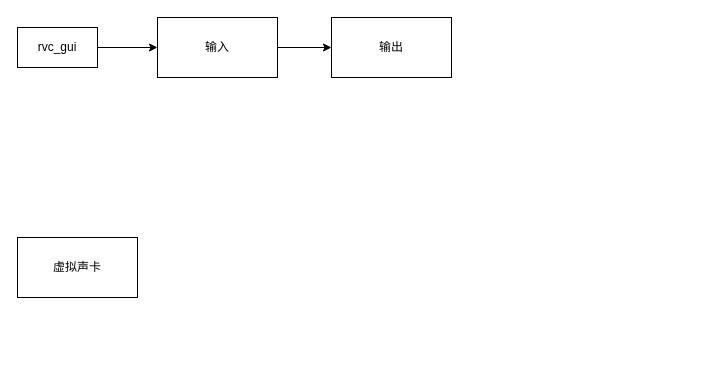
Before: 未命名绘图.drawio in lanendiencgr2002/typora-assistant, a draw.io diagram. Source tidied: cells renumbered, new cells numbered last; positions are measured from the earlier drawing's top-left corner, leaving out a move shared by most shapes. Both pictures are drawn from the tidied source at 100%, with x=0, y=0 at pixel (17, 17).
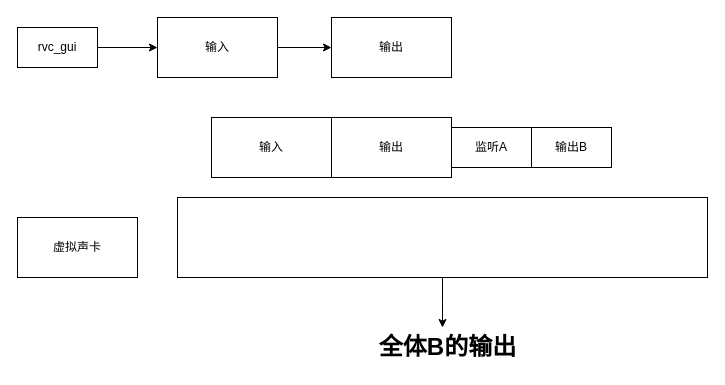
Above is the later version.

Commit message (it also covers changes not shown here):
更新未命名绘图.drawio

What changed in the source:
```diff
@@
 <mxGraphModel>
   <root>
     <mxCell id="0" />
     <mxCell id="1" parent="0" />
     <mxCell id="2" style="edgeStyle=orthogonalEdgeStyle;rounded=0;jettySize=auto;html=1;exitX=1;exitY=0.5;exitDx=0;exitDy=0;" parent="1" edge="1" source="3" target="5">
       <mxGeometry relative="1" as="geometry" />
     </mxCell>
     <mxCell id="3" value="rvc_gui" style="rounded=0;whiteSpace=wrap;html=1;" parent="1" vertex="1">
       <mxGeometry y="10" width="80" height="40" as="geometry" />
     </mxCell>
     <mxCell id="4" style="edgeStyle=orthogonalEdgeStyle;rounded=0;jettySize=auto;html=1;exitX=1;exitY=0.5;exitDx=0;exitDy=0;entryX=0;entryY=0.5;entryDx=0;entryDy=0;" parent="1" edge="1" source="5" target="6">
       <mxGeometry relative="1" as="geometry" />
     </mxCell>
     <mxCell id="5" value="输入" style="rounded=0;whiteSpace=wrap;html=1;" parent="1" vertex="1">
       <mxGeometry x="140" width="120" height="60" as="geometry" />
     </mxCell>
     <mxCell id="6" value="输出" style="rounded=0;whiteSpace=wrap;html=1;" parent="1" vertex="1">
       <mxGeometry x="314" width="120" height="60" as="geometry" />
     </mxCell>
     <mxCell id="7" value="虚拟声卡" style="rounded=0;whiteSpace=wrap;html=1;" parent="1" vertex="1">
-      <mxGeometry y="220" width="120" height="60" as="geometry" />
+      <mxGeometry y="200" width="120" height="60" as="geometry" />
     </mxCell>
+    <mxCell id="8" value="输入" style="rounded=0;whiteSpace=wrap;html=1;" parent="1" vertex="1">
+      <mxGeometry x="194" y="100" width="120" height="60" as="geometry" />
+    </mxCell>
+    <mxCell id="9" value="输出" style="rounded=0;whiteSpace=wrap;html=1;" parent="1" vertex="1">
+      <mxGeometry x="314" y="100" width="120" height="60" as="geometry" />
+    </mxCell>
+    <mxCell id="10" value="监听A" style="rounded=0;whiteSpace=wrap;html=1;" parent="1" vertex="1">
+      <mxGeometry x="434" y="110" width="80" height="40" as="geometry" />
+    </mxCell>
+    <mxCell id="11" value="输出B" style="rounded=0;whiteSpace=wrap;html=1;" parent="1" vertex="1">
+      <mxGeometry x="514" y="110" width="80" height="40" as="geometry" />
+    </mxCell>
+    <mxCell id="12" style="edgeStyle=orthogonalEdgeStyle;rounded=0;jettySize=auto;html=1;" parent="1" edge="1" source="13">
+      <mxGeometry relative="1" as="geometry">
+        <mxPoint x="425" y="310" as="targetPoint" />
+      </mxGeometry>
+    </mxCell>
+    <mxCell id="13" style="rounded=0;whiteSpace=wrap;html=1;" parent="1" vertex="1">
+      <mxGeometry x="160" y="180" width="530" height="80" as="geometry" />
+    </mxCell>
+    <mxCell id="14" value="全体B的输出" style="text;strokeColor=none;fillColor=none;html=1;fontSize=24;fontStyle=1;verticalAlign=middle;align=center;" parent="1" vertex="1">
+      <mxGeometry x="380" y="310" width="100" height="40" as="geometry" />
+    </mxCell>
   </root>
 </mxGraphModel>
```
